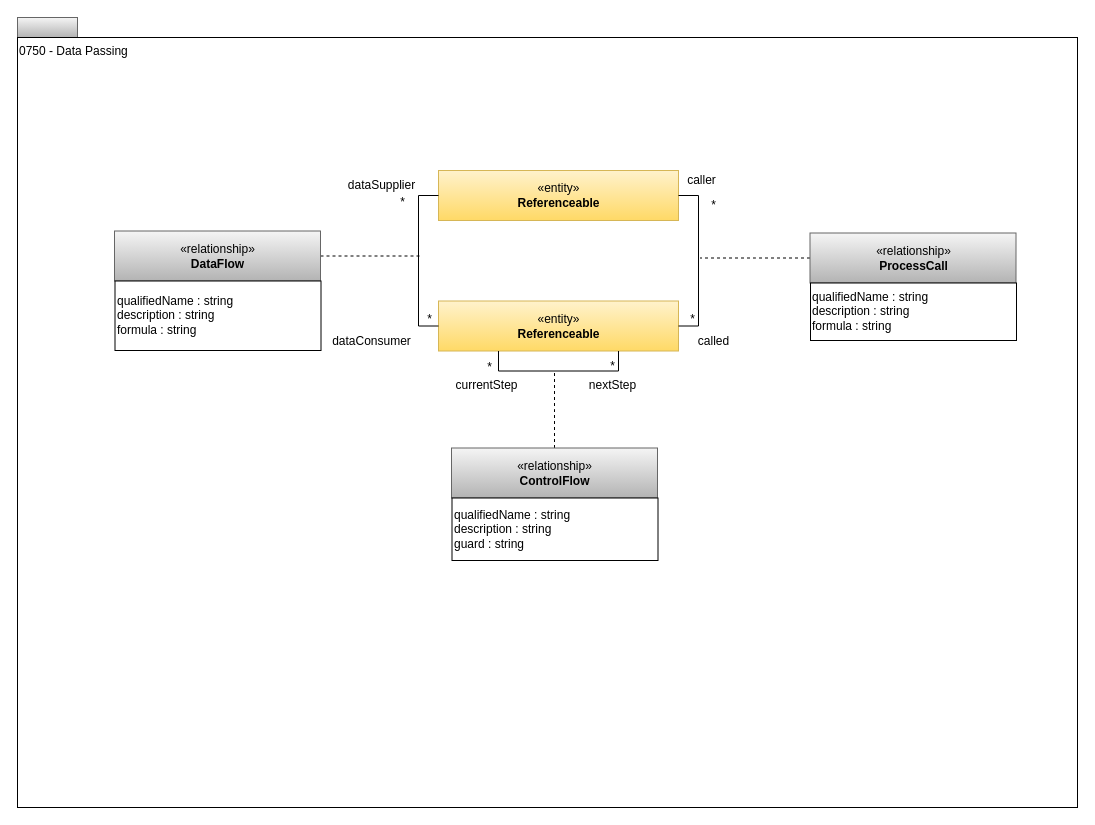
Earlier version of the draw.io diagram page "0750-Data-Passing" (9 of 12) of open-metadata-publication/website/open-metadata-types/area-7-lineage.drawio (odpi/egeria). Source tidied: cells renumbered, new cells numbered last; positions are measured from the earlier drawing's top-left corner, leaving out a move shared by most shapes. Both pictures are drawn from the tidied source at 100%, with x=0, y=0 at pixel (17, 17).
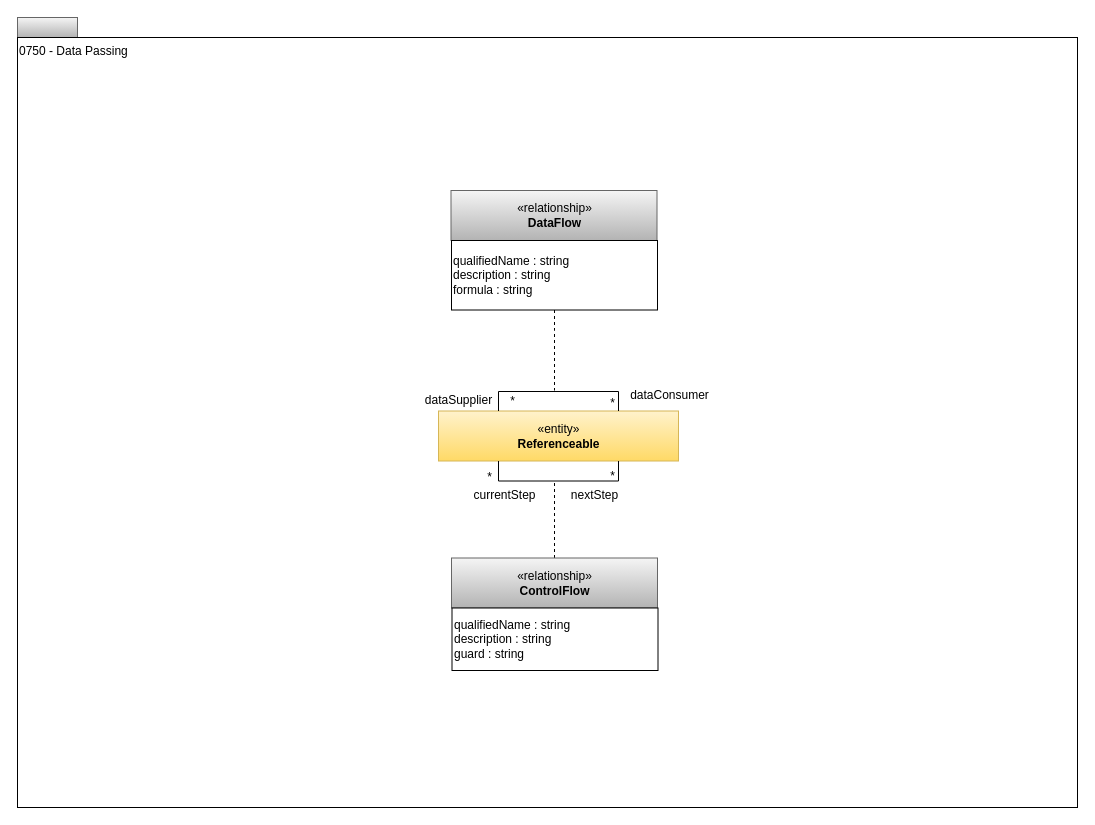
The same page after the edit.

Diff of the diagram source:
```diff
@@
-    <mxCell id="4" value="«entity»&lt;br&gt;&lt;b&gt;Referenceable&lt;/b&gt;" style="html=1;strokeColor=#d6b656;align=center;fillColor=#fff2cc;gradientColor=#ffd966;" parent="1" vertex="1">
-      <mxGeometry x="421" y="153" width="240" height="50" as="geometry" />
-    </mxCell>
-    <mxCell id="5" style="edgeStyle=orthogonalEdgeStyle;rounded=0;html=1;exitX=1;exitY=0.5;dashed=1;endArrow=none;endFill=0;jettySize=auto;" parent="1" edge="1" source="6">
+    <mxCell id="5" style="edgeStyle=orthogonalEdgeStyle;rounded=0;html=1;exitX=0.5;exitY=1;dashed=1;endArrow=none;endFill=0;jettySize=auto;exitDx=0;exitDy=0;" parent="1" edge="1" source="7">
       <mxGeometry relative="1" as="geometry">
-        <mxPoint x="403.5" y="238.5" as="targetPoint" />
+        <mxPoint x="537" y="373" as="targetPoint" />
+        <Array as="points">
+          <mxPoint x="537" y="313" />
+        </Array>
       </mxGeometry>
     </mxCell>
     <mxCell id="6" value="«relationship»&lt;br&gt;&lt;b&gt;DataFlow&lt;/b&gt;" style="html=1;strokeColor=#666666;align=center;fillColor=#f5f5f5;gradientColor=#b3b3b3;" parent="1" vertex="1">
-      <mxGeometry x="97" y="213.5" width="206" height="50" as="geometry" />
+      <mxGeometry x="433.5" y="173" width="206" height="50" as="geometry" />
     </mxCell>
     <mxCell id="7" value="qualifiedName : string&lt;br&gt;description : string&lt;br&gt;formula : string" style="rounded=0;whiteSpace=wrap;html=1;strokeColor=#000000;gradientColor=#ffffff;align=left;" parent="1" vertex="1">
-      <mxGeometry x="97.5" y="263.5" width="206" height="69.5" as="geometry" />
+      <mxGeometry x="434" y="223" width="206" height="69.5" as="geometry" />
     </mxCell>
     <mxCell id="8" value="«entity»&lt;br&gt;&lt;b&gt;Referenceable&lt;/b&gt;" style="html=1;strokeColor=#d6b656;align=center;fillColor=#fff2cc;gradientColor=#ffd966;" parent="1" vertex="1">
-      <mxGeometry x="421" y="283.5" width="240" height="50" as="geometry" />
+      <mxGeometry x="421" y="393.5" width="240" height="50" as="geometry" />
     </mxCell>
-    <mxCell id="9" style="edgeStyle=orthogonalEdgeStyle;rounded=0;html=1;exitX=0;exitY=0.5;entryX=0;entryY=0.5;endArrow=none;endFill=0;jettySize=auto;exitDx=0;exitDy=0;" parent="1" edge="1" source="8" target="4">
-      <mxGeometry relative="1" as="geometry" />
+    <mxCell id="9" style="edgeStyle=orthogonalEdgeStyle;rounded=0;html=1;exitX=0.25;exitY=0;entryX=0.75;entryY=0;endArrow=none;endFill=0;jettySize=auto;orthogonalLoop=1;exitDx=0;exitDy=0;entryDx=0;entryDy=0;" parent="1" edge="1" source="8" target="8">
+      <mxGeometry relative="1" as="geometry">
+        <Array as="points">
+          <mxPoint x="481" y="374" />
+          <mxPoint x="601" y="374" />
+        </Array>
+      </mxGeometry>
     </mxCell>
-    <mxCell id="10" style="edgeStyle=orthogonalEdgeStyle;rounded=0;html=1;exitX=1;exitY=0.5;entryX=1;entryY=0.5;endArrow=none;endFill=0;jettySize=auto;exitDx=0;exitDy=0;" parent="1" edge="1" source="8" target="4">
-      <mxGeometry relative="1" as="geometry" />
-    </mxCell>
-    <mxCell id="11" style="edgeStyle=orthogonalEdgeStyle;rounded=0;html=1;exitX=0;exitY=0.5;endArrow=none;endFill=0;jettySize=auto;dashed=1;" parent="1" edge="1" source="12">
-      <mxGeometry relative="1" as="geometry">
-        <mxPoint x="682.5" y="240.5" as="targetPoint" />
-      </mxGeometry>
-    </mxCell>
-    <mxCell id="12" value="«relationship»&lt;br&gt;&lt;b&gt;ProcessCall&lt;/b&gt;" style="html=1;strokeColor=#666666;align=center;fillColor=#f5f5f5;gradientColor=#b3b3b3;" parent="1" vertex="1">
-      <mxGeometry x="792.5" y="215.5" width="206" height="50" as="geometry" />
-    </mxCell>
-    <mxCell id="13" value="qualifiedName : string&lt;br&gt;description : string&lt;br&gt;formula : string" style="rounded=0;whiteSpace=wrap;html=1;strokeColor=#000000;gradientColor=#ffffff;align=left;" parent="1" vertex="1">
-      <mxGeometry x="793" y="265.5" width="206" height="57.5" as="geometry" />
-    </mxCell>
     <mxCell id="14" value="dataSupplier" style="text;html=1;align=center;verticalAlign=top;spacingTop=-4;" parent="1" vertex="1">
-      <mxGeometry x="324" y="158" width="80" height="20" as="geometry" />
+      <mxGeometry x="401" y="373" width="80" height="20" as="geometry" />
     </mxCell>
     <mxCell id="15" value="*" style="text;html=1;align=center;verticalAlign=top;spacingTop=-4;" parent="1" vertex="1">
-      <mxGeometry x="377" y="175" width="15" height="14" as="geometry" />
+      <mxGeometry x="587" y="376" width="15" height="14" as="geometry" />
     </mxCell>
-    <mxCell id="16" value="*" style="text;html=1;align=center;verticalAlign=top;spacingTop=-4;" parent="1" vertex="1">
-      <mxGeometry x="688.5" y="178" width="15" height="14" as="geometry" />
-    </mxCell>
     <mxCell id="17" value="*" style="text;html=1;align=center;verticalAlign=top;spacingTop=-4;" parent="1" vertex="1">
-      <mxGeometry x="404" y="291.5" width="15" height="14" as="geometry" />
+      <mxGeometry x="487" y="373.5" width="15" height="14" as="geometry" />
     </mxCell>
-    <mxCell id="18" value="*" style="text;html=1;align=center;verticalAlign=top;spacingTop=-4;" parent="1" vertex="1">
-      <mxGeometry x="667" y="291.5" width="15" height="14" as="geometry" />
-    </mxCell>
     <mxCell id="19" value="dataConsumer" style="text;html=1;align=center;verticalAlign=top;spacingTop=-4;" parent="1" vertex="1">
-      <mxGeometry x="309" y="313.5" width="90" height="20" as="geometry" />
+      <mxGeometry x="607" y="367.5" width="90" height="20" as="geometry" />
     </mxCell>
-    <mxCell id="20" value="called" style="text;html=1;align=center;verticalAlign=top;spacingTop=-4;" parent="1" vertex="1">
-      <mxGeometry x="671" y="313.5" width="50" height="20" as="geometry" />
-    </mxCell>
-    <mxCell id="21" value="caller" style="text;html=1;align=center;verticalAlign=top;spacingTop=-4;" parent="1" vertex="1">
-      <mxGeometry x="663.5" y="153" width="40" height="20" as="geometry" />
-    </mxCell>
@@
     <mxCell id="23" style="edgeStyle=orthogonalEdgeStyle;rounded=0;html=1;exitX=0.5;exitY=0;endArrow=none;endFill=0;jettySize=auto;dashed=1;exitDx=0;exitDy=0;" parent="1" edge="1" source="24">
       <mxGeometry relative="1" as="geometry">
-        <mxPoint x="537" y="353" as="targetPoint" />
+        <mxPoint x="537" y="463" as="targetPoint" />
       </mxGeometry>
     </mxCell>
     <mxCell id="24" value="«relationship»&lt;br&gt;&lt;b&gt;ControlFlow&lt;/b&gt;" style="html=1;strokeColor=#666666;align=center;fillColor=#f5f5f5;gradientColor=#b3b3b3;" parent="1" vertex="1">
-      <mxGeometry x="434" y="430.5" width="206" height="50" as="geometry" />
+      <mxGeometry x="434" y="540.5" width="206" height="50" as="geometry" />
     </mxCell>
     <mxCell id="25" value="qualifiedName : string&lt;br&gt;description : string&lt;br&gt;guard : string" style="rounded=0;whiteSpace=wrap;html=1;strokeColor=#000000;gradientColor=#ffffff;align=left;" parent="1" vertex="1">
-      <mxGeometry x="434.5" y="480.5" width="206" height="62.5" as="geometry" />
+      <mxGeometry x="434.5" y="590.5" width="206" height="62.5" as="geometry" />
     </mxCell>
     <mxCell id="26" value="*" style="text;html=1;align=center;verticalAlign=top;spacingTop=-4;" parent="1" vertex="1">
-      <mxGeometry x="464" y="340" width="15" height="14" as="geometry" />
+      <mxGeometry x="464" y="450" width="15" height="14" as="geometry" />
     </mxCell>
     <mxCell id="27" value="*" style="text;html=1;align=center;verticalAlign=top;spacingTop=-4;" parent="1" vertex="1">
-      <mxGeometry x="587" y="339" width="15" height="14" as="geometry" />
+      <mxGeometry x="587" y="449" width="15" height="14" as="geometry" />
     </mxCell>
     <mxCell id="28" value="currentStep" style="text;html=1;align=center;verticalAlign=middle;" parent="1" vertex="1">
-      <mxGeometry x="429" y="358" width="80" height="20" as="geometry" />
+      <mxGeometry x="447" y="468" width="80" height="20" as="geometry" />
     </mxCell>
     <mxCell id="29" value="nextStep" style="text;html=1;align=center;verticalAlign=middle;" parent="1" vertex="1">
-      <mxGeometry x="564.5" y="358" width="60" height="20" as="geometry" />
+      <mxGeometry x="547" y="468" width="60" height="20" as="geometry" />
     </mxCell>
```
